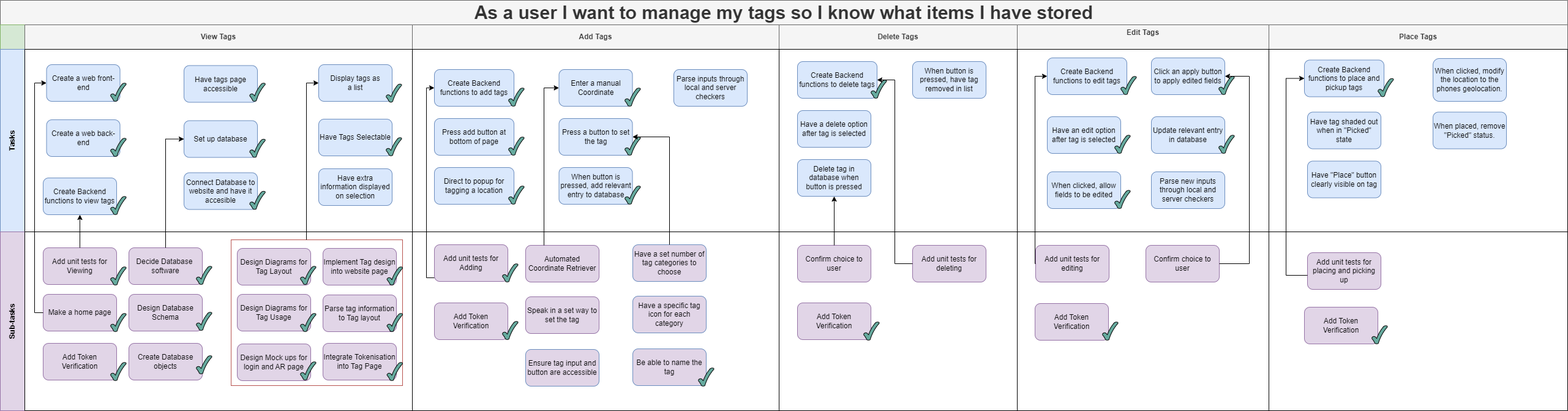
ickeyben123/AR keeps this draw.io diagram as Documentation/Project Diagrams/Story Maps/Manage Tag Theme.png. Above is the earlier version. Source tidied: cells renumbered, new cells last; positions are measured from the earlier drawing's top-left corner, leaving out a move shared by most shapes.
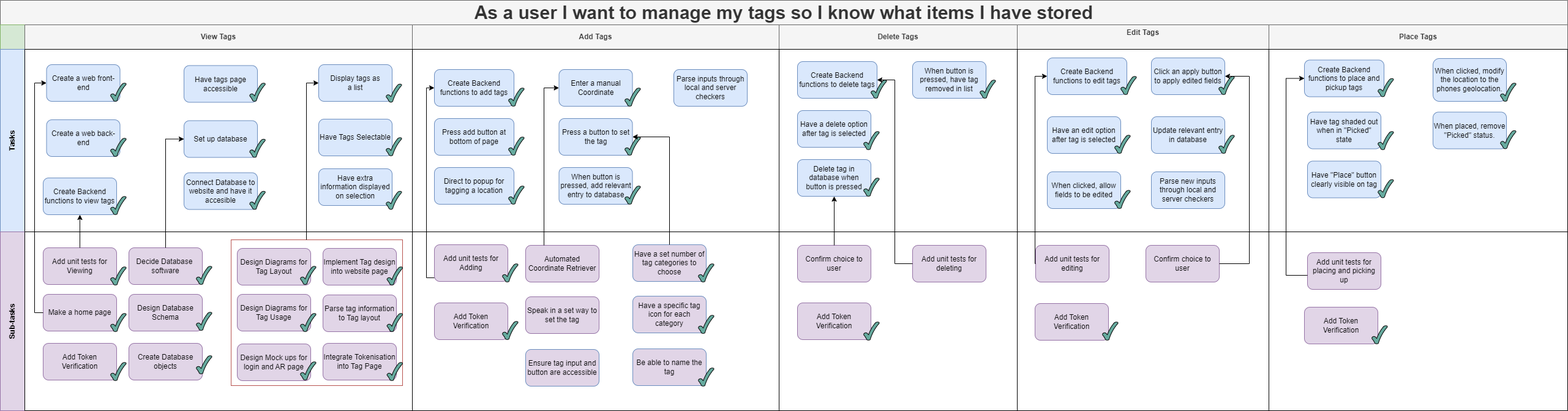
Above is the later version.

What changed in the source:
```diff
@@ -80,6 +80,9 @@
     <mxCell id="27" style="verticalLabelPosition=bottom;verticalAlign=top;html=1;shape=mxgraph.basic.tick;fillColor=#67AB9F;" parent="10" vertex="1">
       <mxGeometry x="140" y="240" width="25.5" height="30" as="geometry" />
     </mxCell>
+    <mxCell id="132" style="verticalLabelPosition=bottom;verticalAlign=top;html=1;shape=mxgraph.basic.tick;fillColor=#67AB9F;" parent="10" vertex="1">
+      <mxGeometry x="590" y="231.5" width="25.5" height="30" as="geometry" />
+    </mxCell>
     <mxCell id="28" style="swimlane;startSize=0;html=1;whiteSpace=wrap;" parent="9" vertex="1">
       <mxGeometry x="673" width="599" height="298" as="geometry" />
     </mxCell>
@@ -140,6 +143,15 @@
     <mxCell id="47" style="verticalLabelPosition=bottom;verticalAlign=top;html=1;shape=mxgraph.basic.tick;fillColor=#67AB9F;" parent="42" vertex="1">
       <mxGeometry x="150" y="50" width="25.5" height="30" as="geometry" />
     </mxCell>
+    <mxCell id="133" style="verticalLabelPosition=bottom;verticalAlign=top;html=1;shape=mxgraph.basic.tick;fillColor=#67AB9F;" parent="42" vertex="1">
+      <mxGeometry x="138" y="134" width="25.5" height="30" as="geometry" />
+    </mxCell>
+    <mxCell id="134" style="verticalLabelPosition=bottom;verticalAlign=top;html=1;shape=mxgraph.basic.tick;fillColor=#67AB9F;" parent="42" vertex="1">
+      <mxGeometry x="138" y="210" width="25.5" height="30" as="geometry" />
+    </mxCell>
+    <mxCell id="135" style="verticalLabelPosition=bottom;verticalAlign=top;html=1;shape=mxgraph.basic.tick;fillColor=#67AB9F;" parent="42" vertex="1">
+      <mxGeometry x="328" y="50" width="25.5" height="30" as="geometry" />
+    </mxCell>
     <mxCell id="48" style="swimlane;startSize=0;html=1;whiteSpace=wrap;" parent="9" vertex="1">
       <mxGeometry x="1661" width="411" height="298" as="geometry" />
     </mxCell>
@@ -197,6 +209,18 @@
     <mxCell id="66" style="verticalLabelPosition=bottom;verticalAlign=top;html=1;shape=mxgraph.basic.tick;fillColor=#67AB9F;" parent="60" vertex="1">
       <mxGeometry x="178" y="47.5" width="25.5" height="30" as="geometry" />
     </mxCell>
+    <mxCell id="136" style="verticalLabelPosition=bottom;verticalAlign=top;html=1;shape=mxgraph.basic.tick;fillColor=#67AB9F;" parent="60" vertex="1">
+      <mxGeometry x="178" y="134" width="25.5" height="30" as="geometry" />
+    </mxCell>
+    <mxCell id="137" style="verticalLabelPosition=bottom;verticalAlign=top;html=1;shape=mxgraph.basic.tick;fillColor=#67AB9F;" parent="60" vertex="1">
+      <mxGeometry x="178" y="212.5" width="25.5" height="30" as="geometry" />
+    </mxCell>
+    <mxCell id="138" style="verticalLabelPosition=bottom;verticalAlign=top;html=1;shape=mxgraph.basic.tick;fillColor=#67AB9F;" parent="60" vertex="1">
+      <mxGeometry x="378" y="55" width="25.5" height="30" as="geometry" />
+    </mxCell>
+    <mxCell id="139" style="verticalLabelPosition=bottom;verticalAlign=top;html=1;shape=mxgraph.basic.tick;fillColor=#67AB9F;" parent="60" vertex="1">
+      <mxGeometry x="378" y="132.5" width="25.5" height="30" as="geometry" />
+    </mxCell>
     <mxCell id="67" value="Sub-tasks" style="swimlane;horizontal=0;startSize=40;html=1;whiteSpace=wrap;fillColor=#e1d5e7;strokeColor=#9673a6;" parent="2" vertex="1">
       <mxGeometry y="378" width="2560" height="292" as="geometry" />
     </mxCell>
@@ -314,6 +338,12 @@
     <mxCell id="105" style="verticalLabelPosition=bottom;verticalAlign=top;html=1;shape=mxgraph.basic.tick;fillColor=#67AB9F;" parent="94" vertex="1">
       <mxGeometry x="467" y="222" width="25.5" height="30" as="geometry" />
     </mxCell>
+    <mxCell id="140" style="verticalLabelPosition=bottom;verticalAlign=top;html=1;shape=mxgraph.basic.tick;fillColor=#67AB9F;" parent="94" vertex="1">
+      <mxGeometry x="467" y="52" width="25.5" height="30" as="geometry" />
+    </mxCell>
+    <mxCell id="141" style="verticalLabelPosition=bottom;verticalAlign=top;html=1;shape=mxgraph.basic.tick;fillColor=#67AB9F;" parent="94" vertex="1">
+      <mxGeometry x="467" y="136" width="25.5" height="30" as="geometry" />
+    </mxCell>
     <mxCell id="106" style="swimlane;startSize=0;html=1;whiteSpace=wrap;" parent="67" vertex="1">
       <mxGeometry x="1272" width="389" height="292" as="geometry" />
     </mxCell>
```
